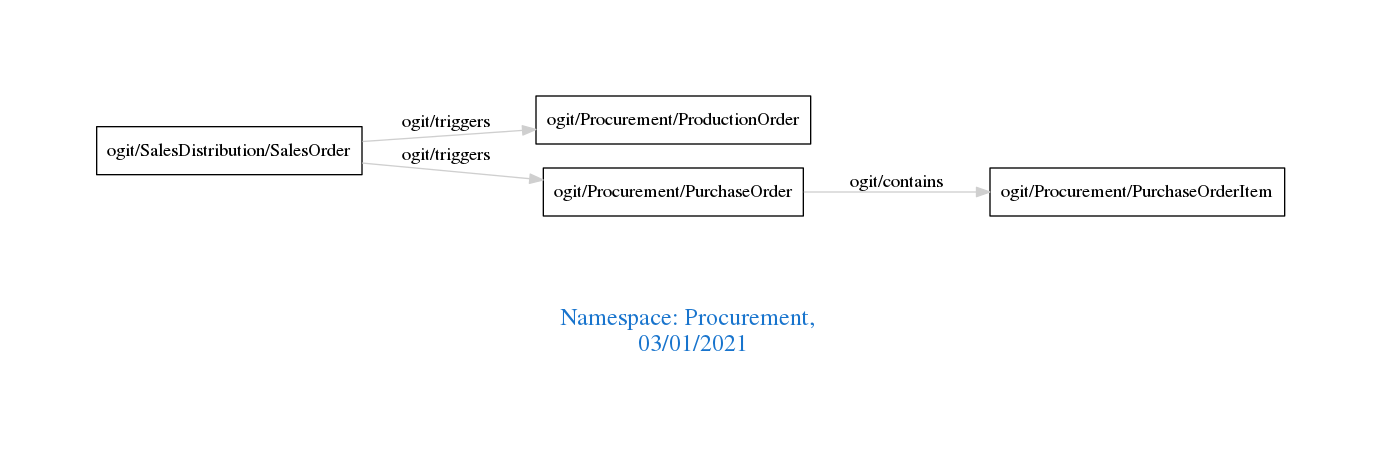
Earlier version of the Graphviz export downloads/Procurement.png (arago/OGIT). Its source is kept beside it as downloads/Procurement.dot.
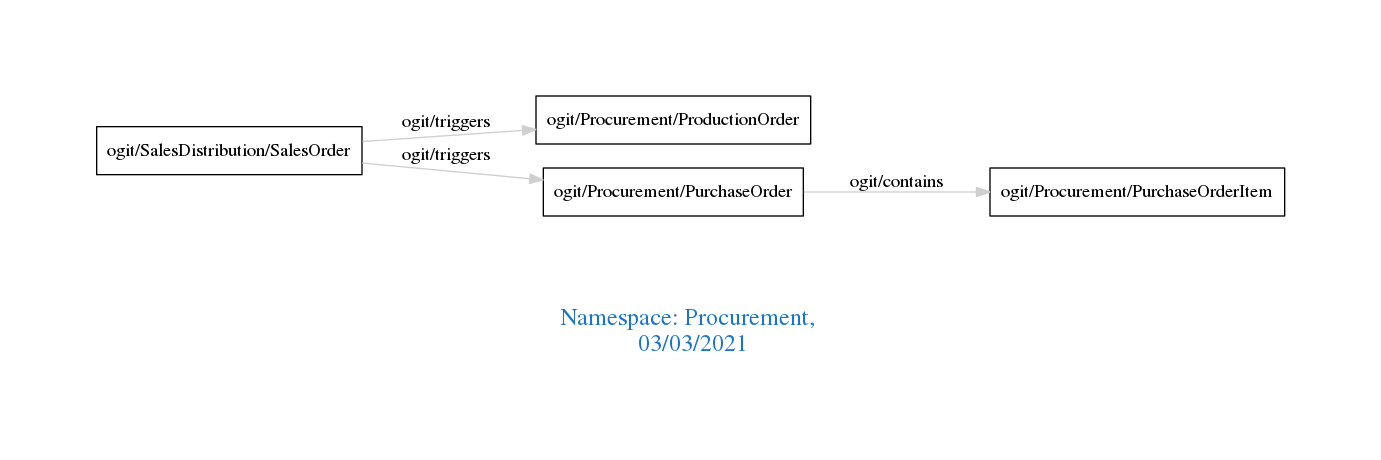
After the change.

What changed in the source:
```diff
@@ -1,7 +1,7 @@
 digraph OGIT_ontology {
  graph [ rankdir= LR,pad=1
 fontsize = 18,
-fontcolor= dodgerblue3,label = "\n\n\nNamespace: Procurement, \n 03/01/2021"];
+fontcolor= dodgerblue3,label = "\n\n\nNamespace: Procurement, \n 03/03/2021"];
 node[shape=polygon];
 edge [  color="gray81"];
 
```
